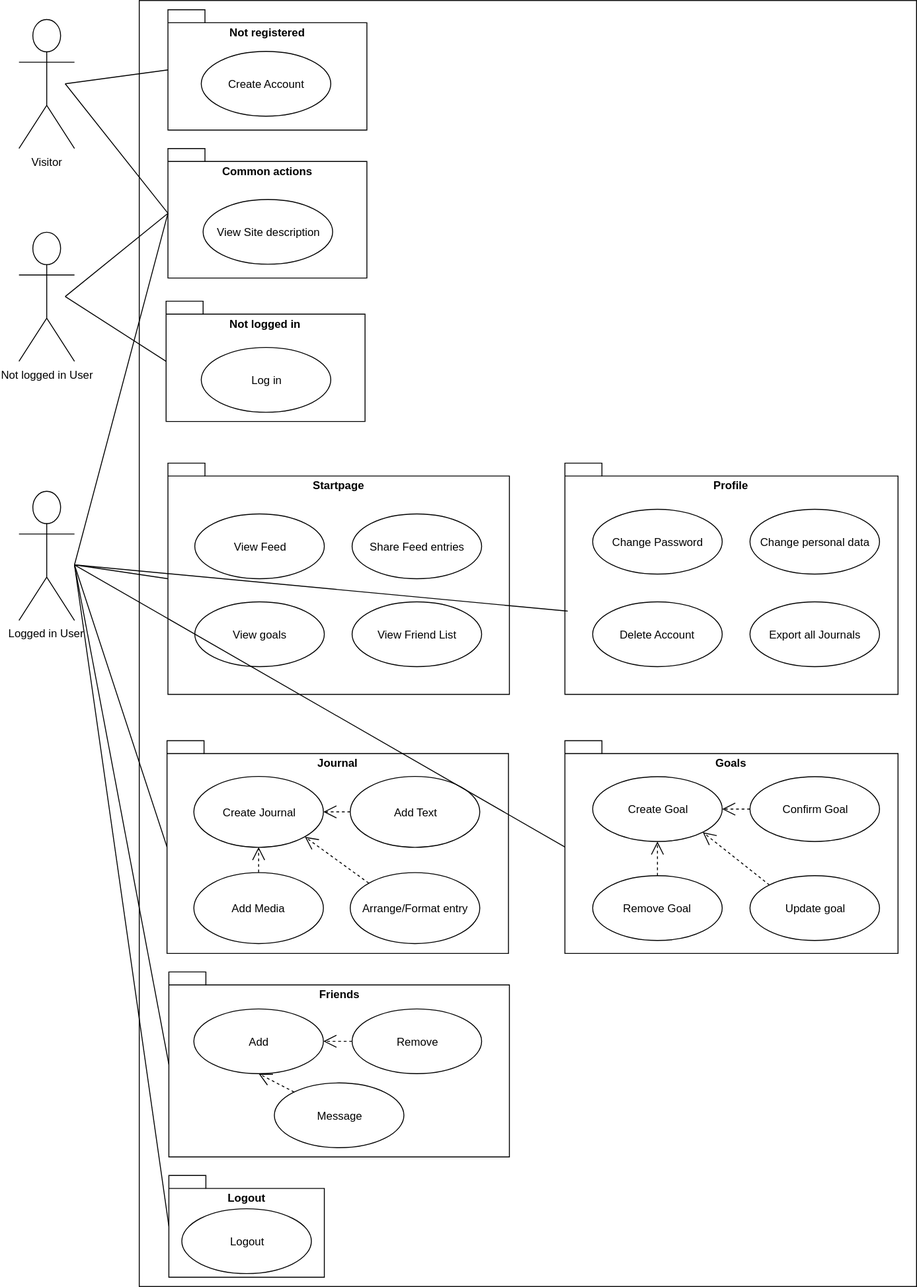
This is documentation/SRS.svg from Toaster996/softwareengineering, a draw.io export, as it was before one commit. Source tidied: cells renumbered, new cells last; positions are measured from the earlier drawing's top-left corner, leaving out a move shared by most shapes.
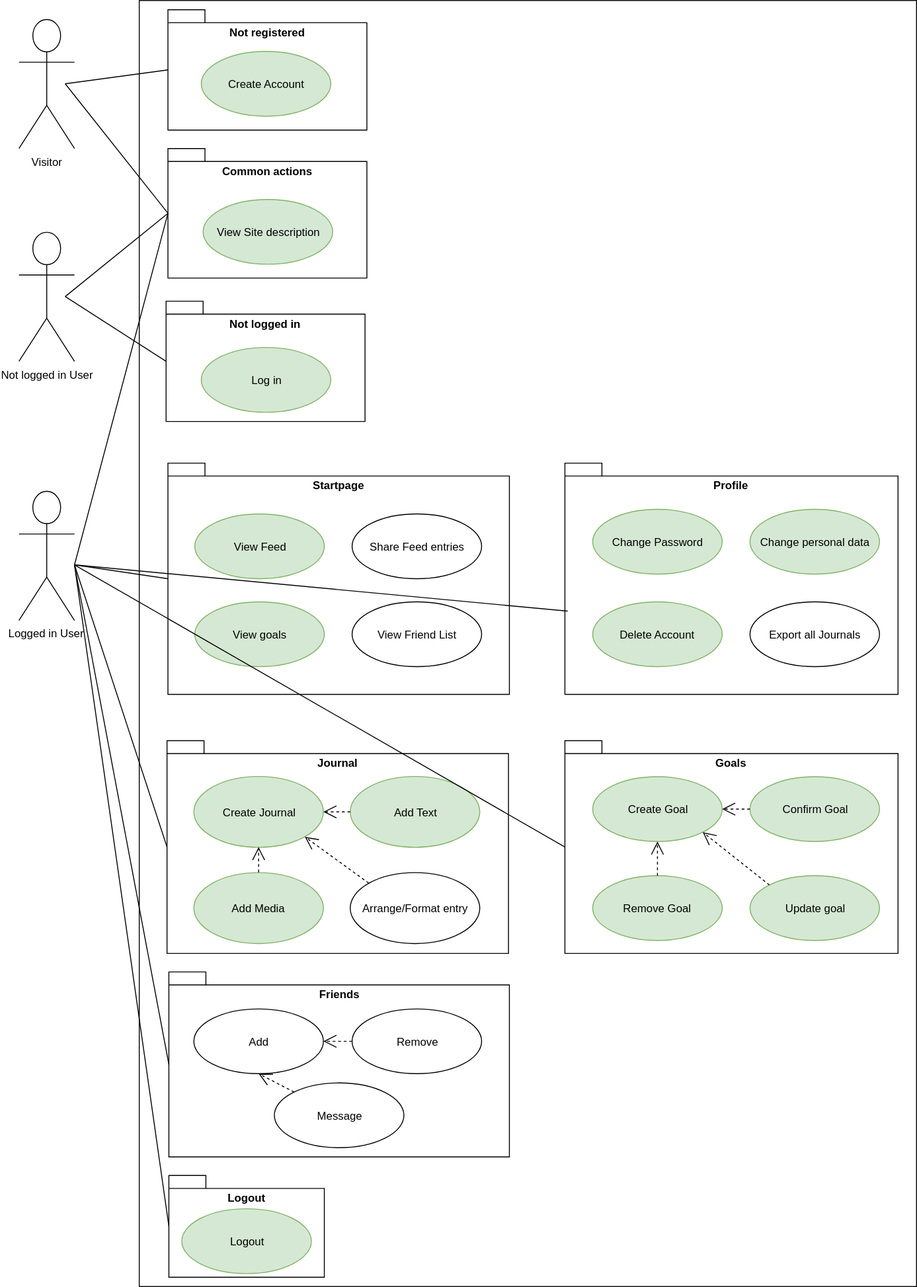
After the commit.

Diff of the diagram source:
```diff
@@ -16,7 +16,7 @@
     <mxCell id="5" value="Not registered" style="shape=folder;fontStyle=1;spacingTop=10;tabWidth=40;tabHeight=14;tabPosition=left;html=1;labelPosition=center;verticalLabelPosition=middle;align=center;verticalAlign=top;" parent="1" vertex="1">
       <mxGeometry x="161" y="10" width="215" height="130" as="geometry" />
     </mxCell>
-    <mxCell id="6" value="Create Account" style="ellipse;whiteSpace=wrap;html=1;" parent="1" vertex="1">
+    <mxCell id="6" value="Create Account" style="ellipse;whiteSpace=wrap;html=1;fillColor=#d5e8d4;strokeColor=#82b366;" parent="1" vertex="1">
       <mxGeometry x="197" y="54.6" width="140" height="70" as="geometry" />
     </mxCell>
     <mxCell id="7" style="endArrow=none;html=1;entryX=0;entryY=0.5;" parent="1" edge="1" target="5">
@@ -46,7 +46,7 @@
     <mxCell id="13" value="Common actions" style="shape=folder;fontStyle=1;spacingTop=10;tabWidth=40;tabHeight=14;tabPosition=left;html=1;labelPosition=center;verticalLabelPosition=middle;align=center;verticalAlign=top;" parent="12" vertex="1">
       <mxGeometry width="215" height="140" as="geometry" />
     </mxCell>
-    <mxCell id="14" value="View Site description" style="ellipse;whiteSpace=wrap;html=1;" parent="12" vertex="1">
+    <mxCell id="14" value="View Site description" style="ellipse;whiteSpace=wrap;html=1;fillColor=#d5e8d4;strokeColor=#82b366;" parent="12" vertex="1">
       <mxGeometry x="38" y="55" width="140" height="70" as="geometry" />
     </mxCell>
     <mxCell id="15" style="group;" parent="1" vertex="1">
@@ -55,7 +55,7 @@
     <mxCell id="16" value="Not logged in" style="shape=folder;fontStyle=1;spacingTop=10;tabWidth=40;tabHeight=14;tabPosition=left;html=1;labelPosition=center;verticalLabelPosition=middle;align=center;verticalAlign=top;" parent="15" vertex="1">
       <mxGeometry y="5" width="215" height="130" as="geometry" />
     </mxCell>
-    <mxCell id="17" value="Log in" style="ellipse;whiteSpace=wrap;html=1;" parent="15" vertex="1">
+    <mxCell id="17" value="Log in" style="ellipse;whiteSpace=wrap;html=1;fillColor=#d5e8d4;strokeColor=#82b366;" parent="15" vertex="1">
       <mxGeometry x="38" y="55" width="140" height="70" as="geometry" />
     </mxCell>
     <mxCell id="18" value="Logged in User" style="shape=umlActor;verticalLabelPosition=bottom;labelBackgroundColor=#ffffff;verticalAlign=top;html=1;" parent="1" vertex="1">
@@ -64,7 +64,7 @@
     <mxCell id="19" value="Startpa&lt;span&gt;ge&lt;/span&gt;" style="shape=folder;fontStyle=1;spacingTop=10;tabWidth=40;tabHeight=14;tabPosition=left;html=1;verticalAlign=top;" parent="1" vertex="1">
       <mxGeometry x="161" y="500" width="369" height="250" as="geometry" />
     </mxCell>
-    <mxCell id="20" value="View Feed" style="ellipse;whiteSpace=wrap;html=1;" parent="1" vertex="1">
+    <mxCell id="20" value="View Feed" style="ellipse;whiteSpace=wrap;html=1;fillColor=#d5e8d4;strokeColor=#82b366;" parent="1" vertex="1">
       <mxGeometry x="190" y="555" width="140" height="70" as="geometry" />
     </mxCell>
     <mxCell id="21" value="Share Feed entries" style="ellipse;whiteSpace=wrap;html=1;" parent="1" vertex="1">
@@ -75,7 +75,7 @@
         <mxPoint x="60" y="610" as="sourcePoint" />
       </mxGeometry>
     </mxCell>
-    <mxCell id="23" value="View goals" style="ellipse;whiteSpace=wrap;html=1;" parent="1" vertex="1">
+    <mxCell id="23" value="View goals" style="ellipse;whiteSpace=wrap;html=1;fillColor=#d5e8d4;strokeColor=#82b366;" parent="1" vertex="1">
       <mxGeometry x="190" y="650" width="140" height="70" as="geometry" />
     </mxCell>
     <mxCell id="24" value="View Friend List" style="ellipse;whiteSpace=wrap;html=1;" parent="1" vertex="1">
@@ -89,13 +89,13 @@
         <mxPoint x="60" y="610" as="sourcePoint" />
       </mxGeometry>
     </mxCell>
-    <mxCell id="27" value="Change Password" style="ellipse;whiteSpace=wrap;html=1;" parent="1" vertex="1">
+    <mxCell id="27" value="Change Password" style="ellipse;whiteSpace=wrap;html=1;fillColor=#d5e8d4;strokeColor=#82b366;" parent="1" vertex="1">
       <mxGeometry x="620" y="550" width="140" height="70" as="geometry" />
     </mxCell>
-    <mxCell id="28" value="Change personal data" style="ellipse;whiteSpace=wrap;html=1;" parent="1" vertex="1">
+    <mxCell id="28" value="Change personal data" style="ellipse;whiteSpace=wrap;html=1;fillColor=#d5e8d4;strokeColor=#82b366;" parent="1" vertex="1">
       <mxGeometry x="790" y="550" width="140" height="70" as="geometry" />
     </mxCell>
-    <mxCell id="29" value="Delete Account" style="ellipse;whiteSpace=wrap;html=1;" parent="1" vertex="1">
+    <mxCell id="29" value="Delete Account" style="ellipse;whiteSpace=wrap;html=1;fillColor=#d5e8d4;strokeColor=#82b366;" parent="1" vertex="1">
       <mxGeometry x="620" y="650" width="140" height="70" as="geometry" />
     </mxCell>
     <mxCell id="30" value="Export all&lt;span&gt;&amp;nbsp;Journals&lt;/span&gt;" style="ellipse;whiteSpace=wrap;html=1;" parent="1" vertex="1">
@@ -112,13 +112,13 @@
     <mxCell id="33" value="Journal" style="shape=folder;fontStyle=1;spacingTop=10;tabWidth=40;tabHeight=14;tabPosition=left;html=1;verticalAlign=top;" parent="32" vertex="1">
       <mxGeometry width="369" height="230" as="geometry" />
     </mxCell>
-    <mxCell id="34" value="Create Journal" style="ellipse;whiteSpace=wrap;html=1;" parent="32" vertex="1">
+    <mxCell id="34" value="Create Journal" style="ellipse;whiteSpace=wrap;html=1;fillColor=#d5e8d4;strokeColor=#82b366;" parent="32" vertex="1">
       <mxGeometry x="29" y="38.8" width="140" height="76.7" as="geometry" />
     </mxCell>
-    <mxCell id="35" value="Add Text" style="ellipse;whiteSpace=wrap;html=1;" parent="32" vertex="1">
+    <mxCell id="35" value="Add Text" style="ellipse;whiteSpace=wrap;html=1;fillColor=#d5e8d4;strokeColor=#82b366;" parent="32" vertex="1">
       <mxGeometry x="198" y="38.8" width="140" height="76.7" as="geometry" />
     </mxCell>
-    <mxCell id="36" value="Add Media" style="ellipse;whiteSpace=wrap;html=1;" parent="32" vertex="1">
+    <mxCell id="36" value="Add Media" style="ellipse;whiteSpace=wrap;html=1;fillColor=#d5e8d4;strokeColor=#82b366;" parent="32" vertex="1">
       <mxGeometry x="29" y="142.4" width="140" height="76.7" as="geometry" />
     </mxCell>
     <mxCell id="37" value="Arrange/Format entry" style="ellipse;whiteSpace=wrap;html=1;" parent="32" vertex="1">
@@ -136,16 +136,16 @@
     <mxCell id="41" value="Goals" style="shape=folder;fontStyle=1;spacingTop=10;tabWidth=40;tabHeight=14;tabPosition=left;html=1;verticalAlign=top;" parent="1" vertex="1">
       <mxGeometry x="590" y="800" width="360" height="230" as="geometry" />
     </mxCell>
-    <mxCell id="42" value="Create Goal" style="ellipse;whiteSpace=wrap;html=1;" parent="1" vertex="1">
+    <mxCell id="42" value="Create Goal" style="ellipse;whiteSpace=wrap;html=1;fillColor=#d5e8d4;strokeColor=#82b366;" parent="1" vertex="1">
       <mxGeometry x="620" y="839" width="140" height="70" as="geometry" />
     </mxCell>
-    <mxCell id="43" value="Confirm Goal" style="ellipse;whiteSpace=wrap;html=1;" parent="1" vertex="1">
+    <mxCell id="43" value="Confirm Goal" style="ellipse;whiteSpace=wrap;html=1;fillColor=#d5e8d4;strokeColor=#82b366;" parent="1" vertex="1">
       <mxGeometry x="790" y="839" width="140" height="70" as="geometry" />
     </mxCell>
-    <mxCell id="44" value="Remove Goal" style="ellipse;whiteSpace=wrap;html=1;" parent="1" vertex="1">
+    <mxCell id="44" value="Remove Goal" style="ellipse;whiteSpace=wrap;html=1;fillColor=#d5e8d4;strokeColor=#82b366;" parent="1" vertex="1">
       <mxGeometry x="620" y="946" width="140" height="70" as="geometry" />
     </mxCell>
-    <mxCell id="45" value="Update goal" style="ellipse;whiteSpace=wrap;html=1;" parent="1" vertex="1">
+    <mxCell id="45" value="Update goal" style="ellipse;whiteSpace=wrap;html=1;fillColor=#d5e8d4;strokeColor=#82b366;" parent="1" vertex="1">
       <mxGeometry x="790" y="946" width="140" height="70" as="geometry" />
     </mxCell>
     <mxCell id="46" value="Friends" style="shape=folder;fontStyle=1;spacingTop=10;tabWidth=40;tabHeight=14;tabPosition=left;html=1;verticalAlign=top;" parent="1" vertex="1">
@@ -178,7 +178,7 @@
     <mxCell id="53" value="Logout" style="shape=folder;fontStyle=1;spacingTop=10;tabWidth=40;tabHeight=14;tabPosition=left;html=1;verticalAlign=top;" parent="1" vertex="1">
       <mxGeometry x="162" y="1270" width="168" height="110" as="geometry" />
     </mxCell>
-    <mxCell id="54" value="Logout" style="ellipse;whiteSpace=wrap;html=1;" parent="1" vertex="1">
+    <mxCell id="54" value="Logout" style="ellipse;whiteSpace=wrap;html=1;fillColor=#d5e8d4;strokeColor=#82b366;" parent="1" vertex="1">
       <mxGeometry x="176" y="1305.6" width="140" height="70" as="geometry" />
     </mxCell>
     <mxCell id="55" style="endArrow=open;endSize=12;dashed=1;html=1;entryX=1;entryY=0.5;" parent="1" edge="1" source="51" target="50">
```
